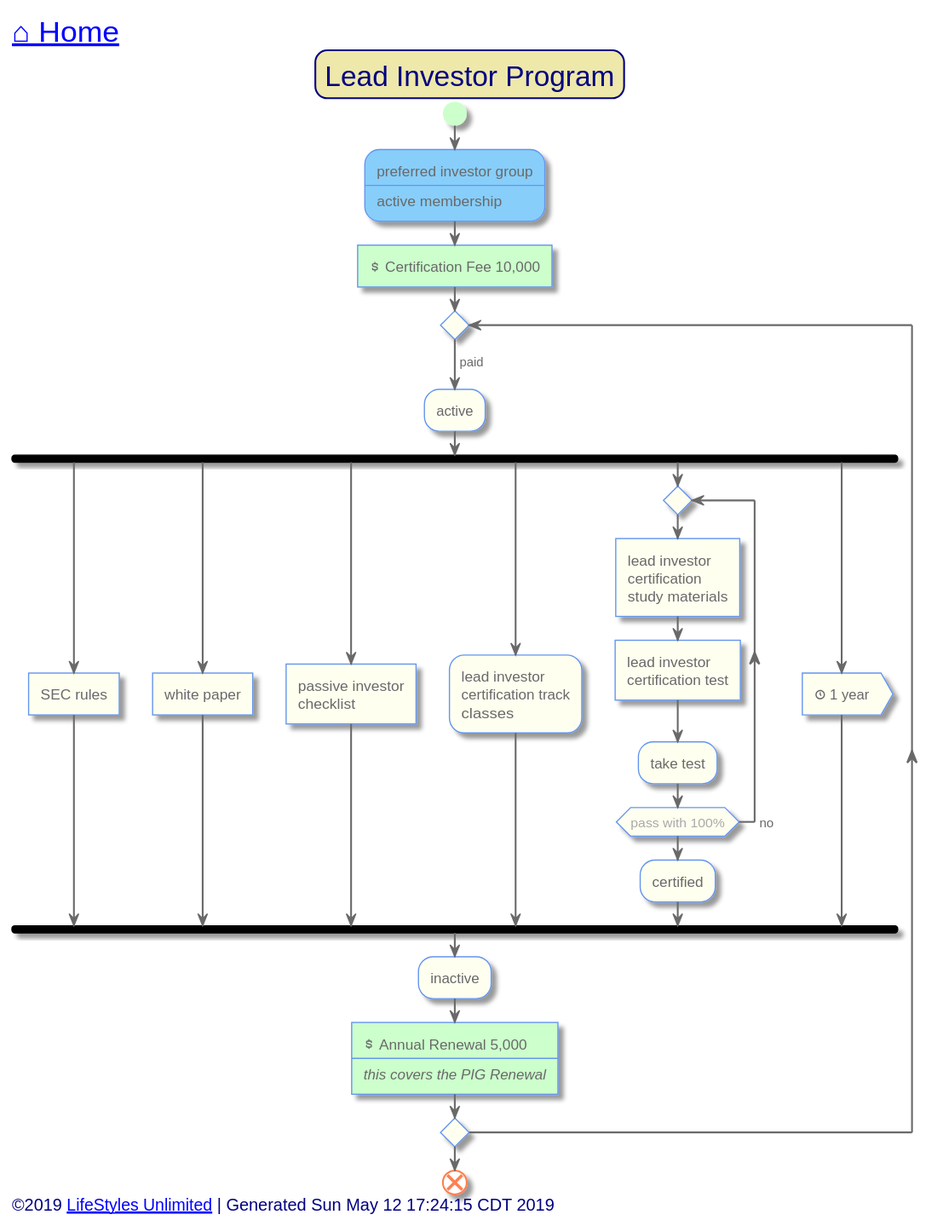
Above: out/src/multi-family/lead-investor-program.svg in toddmo/lifestylesunlimited (PlantUML), before the change. The source it was exported from:
```plantuml
@startuml lead-investor-program


skinparam {
  BorderColor Red
  PathHoverColor Blue
}

skinparam Title {
  FontColor Navy
  BackgroundColor PaleGoldenRod
  BorderColor Navy
  BorderRoundCorner 20
  FontSize 24
}

skinparam activity {
  BackgroundColor Ivory
  BorderColor CornflowerBlue
  BorderThickness 1
  FontColor DimGray


  Arrow {
    Color dimgray
    FontColor dimgray
  }

  Start {
    Color PHYSICAL
  }

  End {
    Color Coral
  }

  Diamond {
    BackgroundColor Ivory
    BorderColor CornflowerBlue
    FontColor DarkGray
  }

  BackgroundColor<< Exception >> Red
	BorderColor<< Exception >> White
}

skinparam Swimlane {
  BorderColor CornflowerBlue
}

skinparam Partition {
  BackgroundColor Ivory
  BorderColor CornflowerBlue
  BorderThickness 1
  FontColor CornflowerBlue
  FontSize 16
  BorderRoundCorner 20
}

skinparam Note {
  BackgroundColor LightSteelBlue
  BorderColor CornflowerBlue
  FontColor White
}

skinparam Legend {
  BackgroundColor LightSteelBlue
  BorderColor CornflowerBlue
  FontColor White
}

skinparam Footer {
  FontColor Navy
}


left header
	<font color=Navy size=24>[[../index.svg?sanitize=true ⌂ Home]]</font>
endheader


	Title Lead Investor Program

	start

	[[preferred-investor-group-program.svg?sanitize=true]]#LightSkyBlue:preferred investor group\n----\nactive membership;
	#PHYSICAL:<&dollar> Certification Fee 10,000]

	repeat
		->paid;
		:active;
		fork
			:SEC rules]
		fork again
			:white paper]
		fork again
			:passive investor\nchecklist]
		fork again
			:lead investor\ncertification track\nclasses;
		fork again
			repeat
			:lead investor\ncertification\nstudy materials]
			:lead investor\ncertification test]
			:take test;
			repeat while (pass with 100%)->no
			:certified;
		fork again
			:<&clock> 1 year>
		end fork

		:inactive;

		#PHYSICAL:<&dollar> Annual Renewal 5,000
		----
		<i>this covers the PIG Renewal]
	repeat while ()


	end


left footer
	<font size=14>©2019 [[http://www.lifestylesunlimited.com LifeStyles Unlimited]] | Generated Sun May 12 17:24:15 CDT 2019</font>
endfooter


@enduml
```
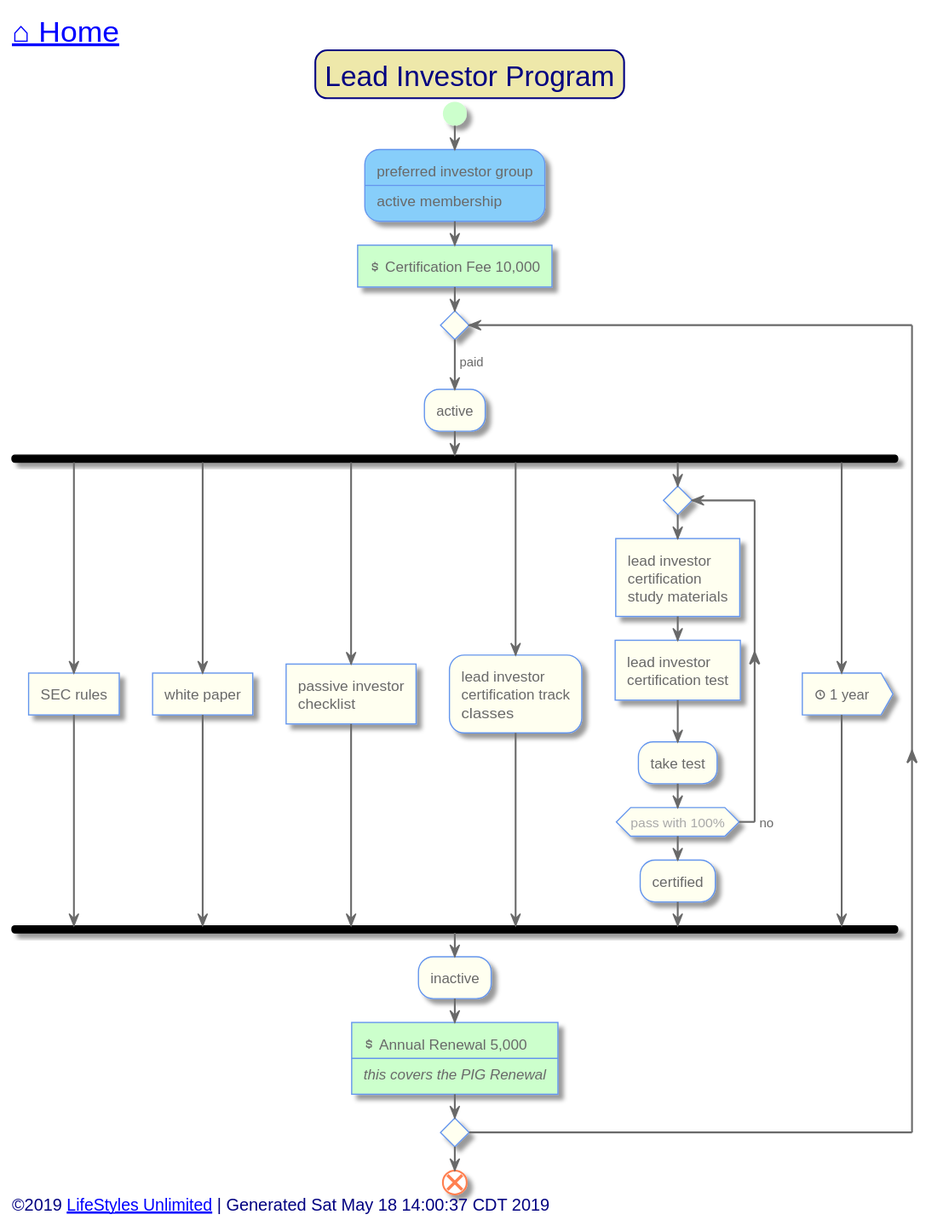
After the commit.

What changed in the source:
```diff
@@ -120,7 +120,7 @@
 
 
 left footer
-	<font size=14>©2019 [[http://www.lifestylesunlimited.com LifeStyles Unlimited]] | Generated Sun May 12 17:24:15 CDT 2019</font>
+	<font size=14>©2019 [[http://www.lifestylesunlimited.com LifeStyles Unlimited]] | Generated Sat May 18 14:00:37 CDT 2019</font>
 endfooter
 
 
```
